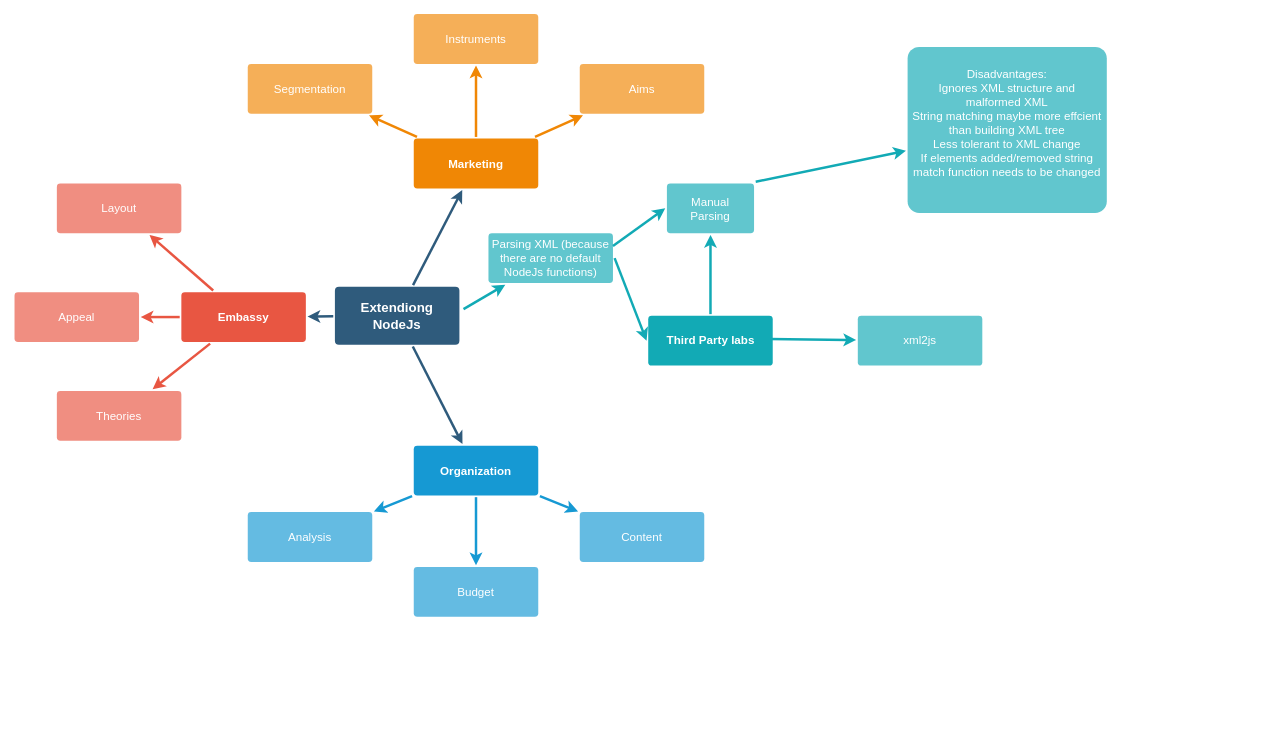
Earlier version of the draw.io diagram Unbenanntes Diagramm.drawio (MatLange/uqwxd-react_labs). Source tidied: cells renumbered, new cells numbered last; positions are measured from the earlier drawing's top-left corner, leaving out a move shared by most shapes. Both pictures are drawn from the tidied source at 83%, with x=0, y=0 at pixel (14, 13).
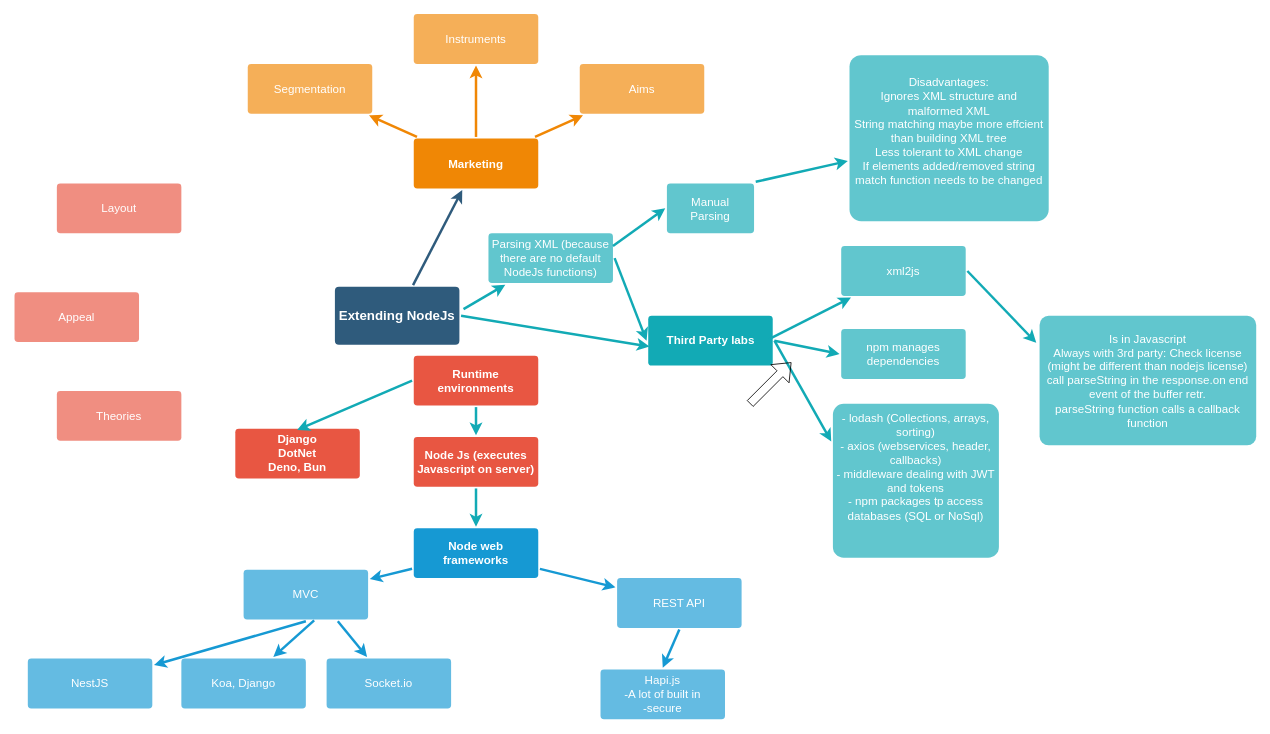
Above is the later version.

The change refers to these unchanged cells:
```xml
<mxCell id="10" value="Theories" style="rounded=1;whiteSpace=wrap;html=1;shadow=0;labelBackgroundColor=none;strokeColor=none;strokeWidth=3;fillColor=#f08e81;fontFamily=Helvetica;fontSize=14;fontColor=#FFFFFF;align=center;spacing=5;fontStyle=0;arcSize=7;perimeterSpacing=2;" parent="1" vertex="1">
  <mxGeometry x="51" y="454.5" width="150" height="60" as="geometry" />
</mxCell>
<mxCell id="11" value="Appeal" style="rounded=1;whiteSpace=wrap;html=1;shadow=0;labelBackgroundColor=none;strokeColor=none;strokeWidth=3;fillColor=#f08e81;fontFamily=Helvetica;fontSize=14;fontColor=#FFFFFF;align=center;spacing=5;fontStyle=0;arcSize=7;perimeterSpacing=2;" parent="1" vertex="1">
  <mxGeometry y="335.5" width="150" height="60" as="geometry" />
</mxCell>
<mxCell id="12" value="Layout" style="rounded=1;whiteSpace=wrap;html=1;shadow=0;labelBackgroundColor=none;strokeColor=none;strokeWidth=3;fillColor=#f08e81;fontFamily=Helvetica;fontSize=14;fontColor=#FFFFFF;align=center;spacing=5;fontStyle=0;arcSize=7;perimeterSpacing=2;" parent="1" vertex="1">
  <mxGeometry x="51" y="204.5" width="150" height="60" as="geometry" />
</mxCell>
<mxCell id="27" value="Third Party labs" style="rounded=1;whiteSpace=wrap;html=1;shadow=0;labelBackgroundColor=none;strokeColor=none;strokeWidth=3;fillColor=#12aab5;fontFamily=Helvetica;fontSize=14;fontColor=#FFFFFF;align=center;spacing=5;fontStyle=1;arcSize=7;perimeterSpacing=2;" parent="1" vertex="1">
  <mxGeometry x="763.5" y="364" width="150" height="60" as="geometry" />
</mxCell>
<mxCell id="32" value="Manual Parsing" style="rounded=1;whiteSpace=wrap;html=1;shadow=0;labelBackgroundColor=none;strokeColor=none;strokeWidth=3;fillColor=#61c6ce;fontFamily=Helvetica;fontSize=14;fontColor=#FFFFFF;align=center;spacing=5;fontStyle=0;arcSize=7;perimeterSpacing=2;" parent="1" vertex="1">
  <mxGeometry x="786" y="204.5" width="105" height="60" as="geometry" />
</mxCell>
```

Change to the diagram source:
```diff
@@
-    <mxCell id="3" style="edgeStyle=none;rounded=0;jumpStyle=none;html=1;shadow=0;labelBackgroundColor=none;startArrow=none;startFill=0;endArrow=classic;endFill=1;jettySize=auto;strokeColor=#2F5B7C;strokeWidth=3;fontFamily=Helvetica;fontSize=16;fontColor=#23445D;spacing=5;" parent="1" edge="1" source="5" target="16">
-      <mxGeometry relative="1" as="geometry" />
-    </mxCell>
-    <mxCell id="4" style="edgeStyle=none;rounded=0;jumpStyle=none;html=1;shadow=0;labelBackgroundColor=none;startArrow=none;startFill=0;endArrow=classic;endFill=1;jettySize=auto;strokeColor=#2F5B7C;strokeWidth=3;fontFamily=Helvetica;fontSize=16;fontColor=#23445D;spacing=5;" parent="1" edge="1" source="5" target="9">
-      <mxGeometry relative="1" as="geometry" />
-    </mxCell>
-    <mxCell id="5" value="Extendiong NodeJs" style="rounded=1;whiteSpace=wrap;html=1;shadow=0;labelBackgroundColor=none;strokeColor=none;strokeWidth=3;fillColor=#2F5B7C;fontFamily=Helvetica;fontSize=16;fontColor=#FFFFFF;align=center;fontStyle=1;spacing=5;arcSize=7;perimeterSpacing=2;" parent="1" vertex="1">
+    <mxCell id="5" value="Extendi&lt;span style=&quot;background-color: initial;&quot;&gt;ng NodeJs&lt;/span&gt;" style="rounded=1;whiteSpace=wrap;html=1;shadow=0;labelBackgroundColor=none;strokeColor=none;strokeWidth=3;fillColor=#2F5B7C;fontFamily=Helvetica;fontSize=16;fontColor=#FFFFFF;align=center;fontStyle=1;spacing=5;arcSize=7;perimeterSpacing=2;" parent="1" vertex="1">
       <mxGeometry x="386" y="329" width="150" height="70" as="geometry" />
     </mxCell>
-    <mxCell id="6" style="edgeStyle=none;rounded=1;jumpStyle=none;html=1;shadow=0;labelBackgroundColor=none;startArrow=none;startFill=0;jettySize=auto;strokeColor=#E85642;strokeWidth=3;fontFamily=Helvetica;fontSize=14;fontColor=#FFFFFF;spacing=5;fontStyle=1;fillColor=#b0e3e6;" parent="1" edge="1" source="9" target="12">
-      <mxGeometry relative="1" as="geometry" />
-    </mxCell>
-    <mxCell id="7" style="edgeStyle=none;rounded=1;jumpStyle=none;html=1;shadow=0;labelBackgroundColor=none;startArrow=none;startFill=0;jettySize=auto;strokeColor=#E85642;strokeWidth=3;fontFamily=Helvetica;fontSize=14;fontColor=#FFFFFF;spacing=5;fontStyle=1;fillColor=#b0e3e6;" parent="1" edge="1" source="9" target="11">
-      <mxGeometry relative="1" as="geometry" />
-    </mxCell>
-    <mxCell id="8" style="edgeStyle=none;rounded=1;jumpStyle=none;html=1;shadow=0;labelBackgroundColor=none;startArrow=none;startFill=0;jettySize=auto;strokeColor=#E85642;strokeWidth=3;fontFamily=Helvetica;fontSize=14;fontColor=#FFFFFF;spacing=5;fontStyle=1;fillColor=#b0e3e6;" parent="1" edge="1" source="9" target="10">
-      <mxGeometry relative="1" as="geometry" />
-    </mxCell>
-    <mxCell id="9" value="Embassy" style="rounded=1;whiteSpace=wrap;html=1;shadow=0;labelBackgroundColor=none;strokeColor=none;strokeWidth=3;fillColor=#e85642;fontFamily=Helvetica;fontSize=14;fontColor=#FFFFFF;align=center;spacing=5;fontStyle=1;arcSize=7;perimeterSpacing=2;" parent="1" vertex="1">
-      <mxGeometry x="201" y="335.5" width="150" height="60" as="geometry" />
+    <mxCell id="9" value="Runtime environments" style="rounded=1;whiteSpace=wrap;html=1;shadow=0;labelBackgroundColor=none;strokeColor=none;strokeWidth=3;fillColor=#e85642;fontFamily=Helvetica;fontSize=14;fontColor=#FFFFFF;align=center;spacing=5;fontStyle=1;arcSize=7;perimeterSpacing=2;" parent="1" vertex="1">
+      <mxGeometry x="481" y="412" width="150" height="60" as="geometry" />
     </mxCell>
@@
-    <mxCell id="15" style="edgeStyle=none;rounded=0;jumpStyle=none;html=1;shadow=0;labelBackgroundColor=none;startArrow=none;startFill=0;endArrow=classic;endFill=1;jettySize=auto;strokeColor=#1699D3;strokeWidth=3;fontFamily=Helvetica;fontSize=14;fontColor=#FFFFFF;spacing=5;" parent="1" edge="1" source="16" target="17">
+    <mxCell id="15" style="edgeStyle=none;rounded=0;jumpStyle=none;html=1;shadow=0;labelBackgroundColor=none;startArrow=none;startFill=0;endArrow=classic;endFill=1;jettySize=auto;strokeColor=#1699D3;strokeWidth=3;fontFamily=Helvetica;fontSize=14;fontColor=#FFFFFF;spacing=5;exitX=0.5;exitY=1;exitDx=0;exitDy=0;" parent="1" edge="1" source="19" target="17">
       <mxGeometry relative="1" as="geometry" />
     </mxCell>
-    <mxCell id="16" value="Organization" style="rounded=1;whiteSpace=wrap;html=1;shadow=0;labelBackgroundColor=none;strokeColor=none;strokeWidth=3;fillColor=#1699d3;fontFamily=Helvetica;fontSize=14;fontColor=#FFFFFF;align=center;spacing=5;fontStyle=1;arcSize=7;perimeterSpacing=2;" parent="1" vertex="1">
-      <mxGeometry x="481" y="520.5" width="150" height="60" as="geometry" />
+    <mxCell id="16" value="Node web frameworks" style="rounded=1;whiteSpace=wrap;html=1;shadow=0;labelBackgroundColor=none;strokeColor=none;strokeWidth=3;fillColor=#1699d3;fontFamily=Helvetica;fontSize=14;fontColor=#FFFFFF;align=center;spacing=5;fontStyle=1;arcSize=7;perimeterSpacing=2;" parent="1" vertex="1">
+      <mxGeometry x="481" y="620" width="150" height="60" as="geometry" />
     </mxCell>
-    <mxCell id="17" value="Content" style="rounded=1;whiteSpace=wrap;html=1;shadow=0;labelBackgroundColor=none;strokeColor=none;strokeWidth=3;fillColor=#64bbe2;fontFamily=Helvetica;fontSize=14;fontColor=#FFFFFF;align=center;spacing=5;arcSize=7;perimeterSpacing=2;" parent="1" vertex="1">
-      <mxGeometry x="681" y="600.5" width="150" height="60" as="geometry" />
+    <mxCell id="17" value="NestJS" style="rounded=1;whiteSpace=wrap;html=1;shadow=0;labelBackgroundColor=none;strokeColor=none;strokeWidth=3;fillColor=#64bbe2;fontFamily=Helvetica;fontSize=14;fontColor=#FFFFFF;align=center;spacing=5;arcSize=7;perimeterSpacing=2;" parent="1" vertex="1">
+      <mxGeometry x="16" y="777" width="150" height="60" as="geometry" />
     </mxCell>
-    <mxCell id="18" value="Budget" style="rounded=1;whiteSpace=wrap;html=1;shadow=0;labelBackgroundColor=none;strokeColor=none;strokeWidth=3;fillColor=#64bbe2;fontFamily=Helvetica;fontSize=14;fontColor=#FFFFFF;align=center;spacing=5;arcSize=7;perimeterSpacing=2;" parent="1" vertex="1">
-      <mxGeometry x="481" y="666.5" width="150" height="60" as="geometry" />
+    <mxCell id="18" value="REST API" style="rounded=1;whiteSpace=wrap;html=1;shadow=0;labelBackgroundColor=none;strokeColor=none;strokeWidth=3;fillColor=#64bbe2;fontFamily=Helvetica;fontSize=14;fontColor=#FFFFFF;align=center;spacing=5;arcSize=7;perimeterSpacing=2;" parent="1" vertex="1">
+      <mxGeometry x="726" y="680" width="150" height="60" as="geometry" />
     </mxCell>
-    <mxCell id="19" value="Analysis" style="rounded=1;whiteSpace=wrap;html=1;shadow=0;labelBackgroundColor=none;strokeColor=none;strokeWidth=3;fillColor=#64bbe2;fontFamily=Helvetica;fontSize=14;fontColor=#FFFFFF;align=center;spacing=5;arcSize=7;perimeterSpacing=2;" parent="1" vertex="1">
-      <mxGeometry x="281" y="600.5" width="150" height="60" as="geometry" />
+    <mxCell id="19" value="MVC" style="rounded=1;whiteSpace=wrap;html=1;shadow=0;labelBackgroundColor=none;strokeColor=none;strokeWidth=3;fillColor=#64bbe2;fontFamily=Helvetica;fontSize=14;fontColor=#FFFFFF;align=center;spacing=5;arcSize=7;perimeterSpacing=2;" parent="1" vertex="1">
+      <mxGeometry x="276" y="670" width="150" height="60" as="geometry" />
     </mxCell>
@@
     <mxCell id="28" value="Disadvantages:&lt;br&gt;Ignores XML structure and malformed XML&lt;br&gt;String matching maybe more effcient than building XML tree&lt;br&gt;Less tolerant to XML change&lt;div&gt;If elements added/removed string match function needs to be changed&lt;br&gt;&lt;div&gt;&lt;br&gt;&lt;/div&gt;&lt;/div&gt;" style="rounded=1;whiteSpace=wrap;html=1;shadow=0;labelBackgroundColor=none;strokeColor=none;strokeWidth=3;fillColor=#61c6ce;fontFamily=Helvetica;fontSize=14;fontColor=#FFFFFF;align=center;spacing=5;fontStyle=0;arcSize=7;perimeterSpacing=2;" parent="1" vertex="1">
-      <mxGeometry x="1076" y="40" width="240" height="200" as="geometry" />
+      <mxGeometry x="1006" y="50" width="240" height="200" as="geometry" />
     </mxCell>
@@
     <mxCell id="30" value="xml2js" style="rounded=1;whiteSpace=wrap;html=1;shadow=0;labelBackgroundColor=none;strokeColor=none;strokeWidth=3;fillColor=#61c6ce;fontFamily=Helvetica;fontSize=14;fontColor=#FFFFFF;align=center;spacing=5;fontStyle=0;arcSize=7;perimeterSpacing=2;" parent="1" vertex="1">
-      <mxGeometry x="1016" y="364" width="150" height="60" as="geometry" />
+      <mxGeometry x="996" y="280" width="150" height="60" as="geometry" />
     </mxCell>
@@
-    <mxCell id="33" style="edgeStyle=none;rounded=1;jumpStyle=none;html=1;shadow=0;labelBackgroundColor=none;startArrow=none;startFill=0;jettySize=auto;strokeColor=#12AAB5;strokeWidth=3;fontFamily=Helvetica;fontSize=14;fontColor=#FFFFFF;spacing=5;fontStyle=1;fillColor=#b0e3e6;" parent="1" edge="1" source="27" target="32">
-      <mxGeometry relative="1" as="geometry" />
-    </mxCell>
@@
+    <mxCell id="38" style="edgeStyle=none;rounded=1;jumpStyle=none;html=1;shadow=0;labelBackgroundColor=none;startArrow=none;startFill=0;jettySize=auto;strokeColor=#12AAB5;strokeWidth=3;fontFamily=Helvetica;fontSize=14;fontColor=#FFFFFF;spacing=5;fontStyle=1;fillColor=#b0e3e6;exitX=1;exitY=0.5;exitDx=0;exitDy=0;" parent="1" edge="1" source="30">
+      <mxGeometry relative="1" as="geometry">
+        <mxPoint x="1231" y="396.5" as="targetPoint" />
+      </mxGeometry>
+    </mxCell>
+    <mxCell id="39" value="Is in Javascript&lt;div&gt;Always with 3rd party: Check license (might be different than nodejs license)&lt;/div&gt;&lt;div&gt;call parseString in the response.on end event of the buffer retr.&lt;/div&gt;&lt;div&gt;parseString function calls a callback function&lt;/div&gt;" style="rounded=1;whiteSpace=wrap;html=1;shadow=0;labelBackgroundColor=none;strokeColor=none;strokeWidth=3;fillColor=#61c6ce;fontFamily=Helvetica;fontSize=14;fontColor=#FFFFFF;align=center;spacing=5;fontStyle=0;arcSize=7;perimeterSpacing=2;" parent="1" vertex="1">
+      <mxGeometry x="1235" y="364" width="261" height="156" as="geometry" />
+    </mxCell>
+    <mxCell id="40" style="edgeStyle=none;rounded=1;jumpStyle=none;html=1;shadow=0;labelBackgroundColor=none;startArrow=none;startFill=0;jettySize=auto;strokeColor=#12AAB5;strokeWidth=3;fontFamily=Helvetica;fontSize=14;fontColor=#FFFFFF;spacing=5;fontStyle=1;fillColor=#b0e3e6;exitX=1;exitY=0.5;exitDx=0;exitDy=0;entryX=0;entryY=0.5;entryDx=0;entryDy=0;" parent="1" edge="1" source="27" target="41">
+      <mxGeometry relative="1" as="geometry" />
+    </mxCell>
+    <mxCell id="41" value="npm manages dependencies" style="rounded=1;whiteSpace=wrap;html=1;shadow=0;labelBackgroundColor=none;strokeColor=none;strokeWidth=3;fillColor=#61c6ce;fontFamily=Helvetica;fontSize=14;fontColor=#FFFFFF;align=center;spacing=5;fontStyle=0;arcSize=7;perimeterSpacing=2;" parent="1" vertex="1">
+      <mxGeometry x="996" y="380" width="150" height="60" as="geometry" />
+    </mxCell>
+    <mxCell id="42" value="- lodash (Collections, arrays, sorting)&lt;div&gt;- axios (webservices, header, callbacks)&lt;/div&gt;&lt;div&gt;- middleware dealing with JWT and tokens&lt;/div&gt;&lt;div&gt;- npm packages tp access databases (SQL or NoSql)&lt;/div&gt;&lt;div&gt;&lt;br&gt;&lt;/div&gt;&lt;div&gt;&lt;br&gt;&lt;/div&gt;" style="rounded=1;whiteSpace=wrap;html=1;shadow=0;labelBackgroundColor=none;strokeColor=none;strokeWidth=3;fillColor=#61c6ce;fontFamily=Helvetica;fontSize=14;fontColor=#FFFFFF;align=center;spacing=5;fontStyle=0;arcSize=7;perimeterSpacing=2;" parent="1" vertex="1">
+      <mxGeometry x="986" y="470" width="200" height="185.5" as="geometry" />
+    </mxCell>
+    <mxCell id="43" style="edgeStyle=none;rounded=1;jumpStyle=none;html=1;shadow=0;labelBackgroundColor=none;startArrow=none;startFill=0;jettySize=auto;strokeColor=#12AAB5;strokeWidth=3;fontFamily=Helvetica;fontSize=14;fontColor=#FFFFFF;spacing=5;fontStyle=1;fillColor=#b0e3e6;exitX=1;exitY=0.5;exitDx=0;exitDy=0;entryX=0;entryY=0.25;entryDx=0;entryDy=0;" parent="1" edge="1" source="27" target="42">
+      <mxGeometry relative="1" as="geometry" />
+    </mxCell>
+    <mxCell id="44" style="edgeStyle=none;rounded=1;jumpStyle=none;html=1;shadow=0;labelBackgroundColor=none;startArrow=none;startFill=0;jettySize=auto;strokeColor=#12AAB5;strokeWidth=3;fontFamily=Helvetica;fontSize=14;fontColor=#FFFFFF;spacing=5;fontStyle=1;fillColor=#b0e3e6;exitX=1;exitY=0.5;exitDx=0;exitDy=0;entryX=0.023;entryY=0.609;entryDx=0;entryDy=0;entryPerimeter=0;" parent="1" edge="1" source="5" target="27">
+      <mxGeometry relative="1" as="geometry" />
+    </mxCell>
+    <mxCell id="45" value="Node Js (executes Javascript on server)" style="rounded=1;whiteSpace=wrap;html=1;shadow=0;labelBackgroundColor=none;strokeColor=none;strokeWidth=3;fillColor=#e85642;fontFamily=Helvetica;fontSize=14;fontColor=#FFFFFF;align=center;spacing=5;fontStyle=1;arcSize=7;perimeterSpacing=2;" parent="1" vertex="1">
+      <mxGeometry x="481" y="510" width="150" height="60" as="geometry" />
+    </mxCell>
+    <mxCell id="46" style="shape=flexArrow;endArrow=classic;html=1;rounded=0;" parent="1" edge="1">
+      <mxGeometry relative="1" as="geometry">
+        <mxPoint x="886" y="470" as="sourcePoint" />
+        <mxPoint x="936" y="420" as="targetPoint" />
+      </mxGeometry>
+    </mxCell>
+    <mxCell id="47" style="edgeStyle=none;rounded=1;jumpStyle=none;html=1;shadow=0;labelBackgroundColor=none;startArrow=none;startFill=0;jettySize=auto;strokeColor=#12AAB5;strokeWidth=3;fontFamily=Helvetica;fontSize=14;fontColor=#FFFFFF;spacing=5;fontStyle=1;fillColor=#b0e3e6;exitX=0.5;exitY=1;exitDx=0;exitDy=0;entryX=0.5;entryY=0;entryDx=0;entryDy=0;" parent="1" edge="1" source="9" target="45">
+      <mxGeometry relative="1" as="geometry" />
+    </mxCell>
+    <mxCell id="48" style="edgeStyle=none;rounded=1;jumpStyle=none;html=1;shadow=0;labelBackgroundColor=none;startArrow=none;startFill=0;jettySize=auto;strokeColor=#12AAB5;strokeWidth=3;fontFamily=Helvetica;fontSize=14;fontColor=#FFFFFF;spacing=5;fontStyle=1;fillColor=#b0e3e6;entryX=0.5;entryY=0;entryDx=0;entryDy=0;exitX=0.5;exitY=1;exitDx=0;exitDy=0;" parent="1" edge="1" source="45" target="16">
+      <mxGeometry relative="1" as="geometry" />
+    </mxCell>
+    <mxCell id="49" value="Django&lt;div&gt;DotNet&lt;/div&gt;&lt;div&gt;Deno, Bun&lt;/div&gt;" style="rounded=1;whiteSpace=wrap;html=1;shadow=0;labelBackgroundColor=none;strokeColor=none;strokeWidth=3;fillColor=#e85642;fontFamily=Helvetica;fontSize=14;fontColor=#FFFFFF;align=center;spacing=5;fontStyle=1;arcSize=7;perimeterSpacing=2;" parent="1" vertex="1">
+      <mxGeometry x="266" y="500" width="150" height="60" as="geometry" />
+    </mxCell>
+    <mxCell id="50" style="edgeStyle=none;rounded=1;jumpStyle=none;html=1;shadow=0;labelBackgroundColor=none;startArrow=none;startFill=0;jettySize=auto;strokeColor=#12AAB5;strokeWidth=3;fontFamily=Helvetica;fontSize=14;fontColor=#FFFFFF;spacing=5;fontStyle=1;fillColor=#b0e3e6;exitX=0;exitY=0.5;exitDx=0;exitDy=0;entryX=0.5;entryY=0;entryDx=0;entryDy=0;" parent="1" edge="1" source="9">
+      <mxGeometry relative="1" as="geometry">
+        <mxPoint x="340.5" y="501.5" as="targetPoint" />
+      </mxGeometry>
+    </mxCell>
+    <mxCell id="51" style="edgeStyle=none;rounded=0;jumpStyle=none;html=1;shadow=0;labelBackgroundColor=none;startArrow=none;startFill=0;endArrow=classic;endFill=1;jettySize=auto;strokeColor=#1699D3;strokeWidth=3;fontFamily=Helvetica;fontSize=14;fontColor=#FFFFFF;spacing=5;exitX=0.565;exitY=0.984;exitDx=0;exitDy=0;exitPerimeter=0;" parent="1" edge="1" source="19" target="52">
+      <mxGeometry relative="1" as="geometry" />
+    </mxCell>
+    <mxCell id="52" value="Koa, Django" style="rounded=1;whiteSpace=wrap;html=1;shadow=0;labelBackgroundColor=none;strokeColor=none;strokeWidth=3;fillColor=#64bbe2;fontFamily=Helvetica;fontSize=14;fontColor=#FFFFFF;align=center;spacing=5;arcSize=7;perimeterSpacing=2;" parent="1" vertex="1">
+      <mxGeometry x="201" y="777" width="150" height="60" as="geometry" />
+    </mxCell>
+    <mxCell id="53" value="Hapi.js&lt;br&gt;-A lot of built in&lt;br&gt;-secure" style="rounded=1;whiteSpace=wrap;html=1;shadow=0;labelBackgroundColor=none;strokeColor=none;strokeWidth=3;fillColor=#64bbe2;fontFamily=Helvetica;fontSize=14;fontColor=#FFFFFF;align=center;spacing=5;arcSize=7;perimeterSpacing=2;" parent="1" vertex="1">
+      <mxGeometry x="706" y="790" width="150" height="60" as="geometry" />
+    </mxCell>
+    <mxCell id="54" style="edgeStyle=none;rounded=0;jumpStyle=none;html=1;shadow=0;labelBackgroundColor=none;startArrow=none;startFill=0;endArrow=classic;endFill=1;jettySize=auto;strokeColor=#1699D3;strokeWidth=3;fontFamily=Helvetica;fontSize=14;fontColor=#FFFFFF;spacing=5;exitX=0.5;exitY=1;exitDx=0;exitDy=0;entryX=0.5;entryY=0;entryDx=0;entryDy=0;" parent="1" edge="1" source="18" target="53">
+      <mxGeometry relative="1" as="geometry" />
+    </mxCell>
+    <mxCell id="55" style="edgeStyle=none;rounded=0;jumpStyle=none;html=1;shadow=0;labelBackgroundColor=none;startArrow=none;startFill=0;endArrow=classic;endFill=1;jettySize=auto;strokeColor=#1699D3;strokeWidth=3;fontFamily=Helvetica;fontSize=14;fontColor=#FFFFFF;spacing=5;exitX=0.75;exitY=1;exitDx=0;exitDy=0;" parent="1" edge="1" source="19" target="56">
+      <mxGeometry relative="1" as="geometry" />
+    </mxCell>
+    <mxCell id="56" value="Socket.io" style="rounded=1;whiteSpace=wrap;html=1;shadow=0;labelBackgroundColor=none;strokeColor=none;strokeWidth=3;fillColor=#64bbe2;fontFamily=Helvetica;fontSize=14;fontColor=#FFFFFF;align=center;spacing=5;arcSize=7;perimeterSpacing=2;" parent="1" vertex="1">
+      <mxGeometry x="376" y="777" width="150" height="60" as="geometry" />
+    </mxCell>
```
